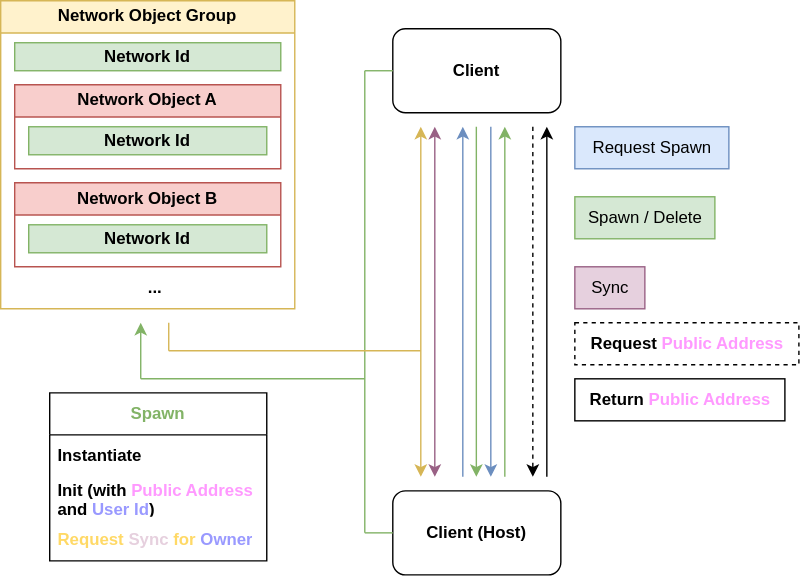
This is Media/graph.1.drawio.svg from TLabAltoh/Unity-SFU-Integration, a draw.io export, as it was before one commit. Source tidied: cells renumbered, new cells last; positions are measured from the earlier drawing's top-left corner, leaving out a move shared by most shapes.
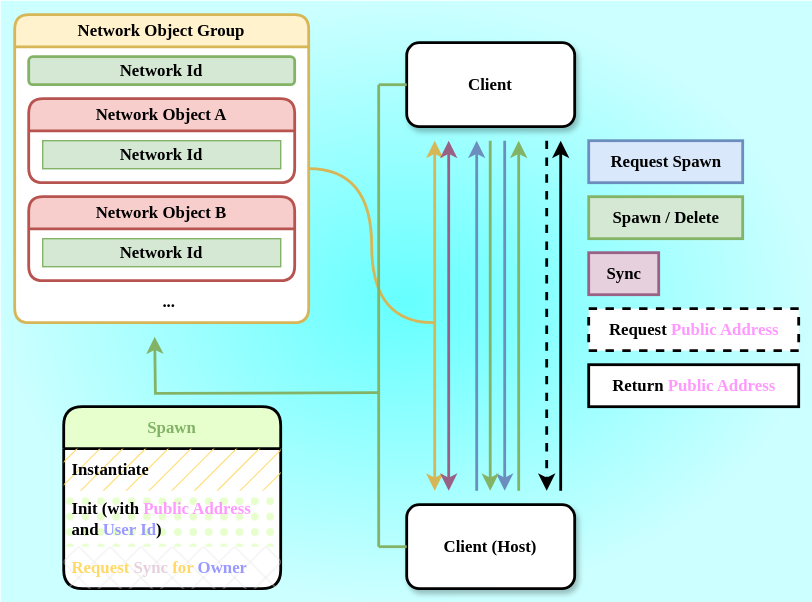
The same file after the commit.

What changed in the source:
```diff
@@ -2,147 +2,137 @@
   <root>
     <mxCell id="0" />
     <mxCell id="1" parent="0" />
+    <mxCell id="35" style="rounded=0;whiteSpace=wrap;html=1;strokeColor=none;fillColor=#66FFFF;gradientColor=#CCFFFF;gradientDirection=radial;" parent="1" vertex="1">
+      <mxGeometry x="-10" y="-10" width="580" height="430" as="geometry" />
+    </mxCell>
-    <mxCell id="2" value="Network Object Group" style="swimlane;whiteSpace=wrap;html=1;fillColor=#fff2cc;strokeColor=#d6b656;" parent="1" vertex="1">
+    <mxCell id="2" value="Network Object Group" style="swimlane;whiteSpace=wrap;html=1;fillColor=#fff2cc;strokeColor=#d6b656;strokeWidth=2;rounded=1;fontFamily=Comic Sans MS;swimlaneFillColor=default;" parent="1" vertex="1">
       <mxGeometry width="210" height="220" as="geometry" />
     </mxCell>
-    <mxCell id="3" value="Network Object A" style="swimlane;whiteSpace=wrap;html=1;fillColor=#f8cecc;strokeColor=#b85450;" parent="2" vertex="1">
+    <mxCell id="3" value="Network Object A" style="swimlane;whiteSpace=wrap;html=1;fillColor=#f8cecc;strokeColor=#b85450;rounded=1;strokeWidth=2;fontFamily=Comic Sans MS;" parent="2" vertex="1">
       <mxGeometry x="10" y="60" width="190" height="60" as="geometry" />
     </mxCell>
-    <mxCell id="4" value="&lt;b&gt;Network Id&lt;/b&gt;" style="rounded=0;whiteSpace=wrap;html=1;fillColor=#d5e8d4;strokeColor=#82b366;" parent="3" vertex="1">
+    <mxCell id="4" value="&lt;b&gt;Network Id&lt;/b&gt;" style="rounded=0;whiteSpace=wrap;html=1;fillColor=#d5e8d4;strokeColor=#82b366;fontFamily=Comic Sans MS;" parent="3" vertex="1">
       <mxGeometry x="10" y="30" width="170" height="20" as="geometry" />
     </mxCell>
-    <mxCell id="5" value="&lt;b&gt;Network Id&lt;/b&gt;" style="rounded=0;whiteSpace=wrap;html=1;fillColor=#d5e8d4;strokeColor=#82b366;" parent="2" vertex="1">
+    <mxCell id="5" value="&lt;b&gt;Network Id&lt;/b&gt;" style="rounded=1;whiteSpace=wrap;html=1;fillColor=#d5e8d4;strokeColor=#82b366;strokeWidth=2;fontFamily=Comic Sans MS;" parent="2" vertex="1">
       <mxGeometry x="10" y="30" width="190" height="20" as="geometry" />
     </mxCell>
-    <mxCell id="6" value="Network Object B" style="swimlane;whiteSpace=wrap;html=1;fillColor=#f8cecc;strokeColor=#b85450;" parent="2" vertex="1">
+    <mxCell id="6" value="Network Object B" style="swimlane;whiteSpace=wrap;html=1;fillColor=#f8cecc;strokeColor=#b85450;rounded=1;strokeWidth=2;fontFamily=Comic Sans MS;" parent="2" vertex="1">
       <mxGeometry x="10" y="130" width="190" height="60" as="geometry" />
     </mxCell>
-    <mxCell id="7" value="&lt;b&gt;Network Id&lt;/b&gt;" style="rounded=0;whiteSpace=wrap;html=1;fillColor=#d5e8d4;strokeColor=#82b366;" parent="6" vertex="1">
+    <mxCell id="7" value="&lt;b&gt;Network Id&lt;/b&gt;" style="rounded=0;whiteSpace=wrap;html=1;fillColor=#d5e8d4;strokeColor=#82b366;fontFamily=Comic Sans MS;" parent="6" vertex="1">
       <mxGeometry x="10" y="30" width="170" height="20" as="geometry" />
     </mxCell>
-    <mxCell id="8" value="&lt;b&gt;...&lt;/b&gt;" style="text;html=1;align=center;verticalAlign=middle;strokeColor=none;fillColor=none;" parent="2" vertex="1">
+    <mxCell id="8" value="&lt;span&gt;...&lt;/span&gt;" style="text;html=1;align=center;verticalAlign=middle;strokeColor=none;fillColor=none;strokeWidth=2;fontStyle=1;fontFamily=Comic Sans MS;" parent="2" vertex="1">
       <mxGeometry x="95" y="190" width="30" height="30" as="geometry" />
     </mxCell>
-    <mxCell id="9" value="&lt;b&gt;Client (Host)&lt;/b&gt;" style="rounded=1;whiteSpace=wrap;html=1;" parent="1" vertex="1">
+    <mxCell id="9" value="&lt;b&gt;Client (Host)&lt;/b&gt;" style="rounded=1;whiteSpace=wrap;html=1;fontFamily=Comic Sans MS;strokeWidth=2;shadow=1;" parent="1" vertex="1">
       <mxGeometry x="280" y="350" width="120" height="60" as="geometry" />
     </mxCell>
-    <mxCell id="10" value="&lt;b&gt;Client&lt;/b&gt;" style="rounded=1;whiteSpace=wrap;html=1;" parent="1" vertex="1">
+    <mxCell id="10" value="&lt;b&gt;Client&lt;/b&gt;" style="rounded=1;whiteSpace=wrap;html=1;strokeWidth=2;fontFamily=Comic Sans MS;shadow=1;" parent="1" vertex="1">
       <mxGeometry x="280" y="20" width="120" height="60" as="geometry" />
     </mxCell>
-    <mxCell id="11" style="endArrow=classic;html=1;rounded=0;fillColor=#dae8fc;strokeColor=#6c8ebf;" parent="1" edge="1">
+    <mxCell id="11" style="endArrow=classic;html=1;rounded=0;fillColor=#dae8fc;strokeColor=#6c8ebf;strokeWidth=2;" parent="1" edge="1">
       <mxGeometry relative="1" as="geometry">
         <mxPoint x="350" y="90" as="sourcePoint" />
         <mxPoint x="350" y="340" as="targetPoint" />
       </mxGeometry>
     </mxCell>
-    <mxCell id="12" value="Request Spawn" style="text;html=1;align=center;verticalAlign=middle;strokeColor=#6c8ebf;fillColor=#dae8fc;" parent="1" vertex="1">
+    <mxCell id="12" value="Request Spawn" style="text;html=1;align=center;verticalAlign=middle;strokeColor=#6c8ebf;fillColor=#dae8fc;strokeWidth=2;fontStyle=1;fontFamily=Comic Sans MS;" parent="1" vertex="1">
       <mxGeometry x="410" y="90" width="110" height="30" as="geometry" />
     </mxCell>
-    <mxCell id="13" style="endArrow=classic;html=1;rounded=0;fillColor=#d5e8d4;strokeColor=#82b366;" parent="1" edge="1">
+    <mxCell id="13" style="endArrow=classic;html=1;rounded=0;fillColor=#d5e8d4;strokeColor=#82b366;strokeWidth=2;" parent="1" edge="1">
       <mxGeometry relative="1" as="geometry">
         <mxPoint x="360" y="340" as="sourcePoint" />
         <mxPoint x="360" y="90" as="targetPoint" />
       </mxGeometry>
     </mxCell>
+    <mxCell id="26" style="endArrow=none;html=1;rounded=0;fillColor=#fff2cc;strokeColor=#d6b656;strokeWidth=2;edgeStyle=orthogonalEdgeStyle;curved=1;exitX=1;exitY=0.5;exitDx=0;exitDy=0;" parent="1" edge="1" source="2">
+      <mxGeometry relative="1" as="geometry">
+        <mxPoint x="300" y="220" as="targetPoint" />
+      </mxGeometry>
+    </mxCell>
-    <mxCell id="14" value="Spawn / Delete" style="text;html=1;align=center;verticalAlign=middle;strokeColor=#82B366;fillColor=#d5e8d4;" parent="1" vertex="1">
-      <mxGeometry x="410" y="140" width="100" height="30" as="geometry" />
+    <mxCell id="14" value="Spawn / Delete" style="text;html=1;align=center;verticalAlign=middle;strokeColor=#82B366;fillColor=#d5e8d4;strokeWidth=2;fontStyle=1;fontFamily=Comic Sans MS;" parent="1" vertex="1">
+      <mxGeometry x="410" y="130" width="110" height="30" as="geometry" />
     </mxCell>
-    <mxCell id="15" style="endArrow=classic;html=1;rounded=0;fillColor=#d5e8d4;strokeColor=#82b366;" parent="1" edge="1">
+    <mxCell id="15" style="endArrow=classic;html=1;rounded=0;fillColor=#d5e8d4;strokeColor=#82b366;strokeWidth=2;edgeStyle=orthogonalEdgeStyle;flowAnimation=0;" parent="1" edge="1">
       <mxGeometry relative="1" as="geometry">
-        <mxPoint x="100" y="270" as="sourcePoint" />
+        <mxPoint x="260" y="270" as="sourcePoint" />
         <mxPoint x="100" y="230" as="targetPoint" />
       </mxGeometry>
     </mxCell>
-    <mxCell id="16" style="endArrow=none;html=1;rounded=0;fillColor=#d5e8d4;strokeColor=#82b366;" parent="1" edge="1">
-      <mxGeometry relative="1" as="geometry">
-        <mxPoint x="100" y="270" as="sourcePoint" />
-        <mxPoint x="260" y="270" as="targetPoint" />
-      </mxGeometry>
-    </mxCell>
-    <mxCell id="17" style="endArrow=none;html=1;rounded=0;fillColor=#d5e8d4;strokeColor=#82b366;" parent="1" edge="1">
+    <mxCell id="17" style="endArrow=none;html=1;rounded=0;fillColor=#d5e8d4;strokeColor=#82b366;fontStyle=0;strokeWidth=2;" parent="1" edge="1">
       <mxGeometry relative="1" as="geometry">
         <mxPoint x="260" y="380" as="sourcePoint" />
         <mxPoint x="260" y="50" as="targetPoint" />
       </mxGeometry>
     </mxCell>
-    <mxCell id="18" style="endArrow=none;html=1;rounded=0;entryX=0;entryY=0.5;entryDx=0;entryDy=0;fillColor=#d5e8d4;strokeColor=#82b366;" parent="1" edge="1" target="10">
+    <mxCell id="18" style="endArrow=none;html=1;rounded=0;entryX=0;entryY=0.5;entryDx=0;entryDy=0;fillColor=#d5e8d4;strokeColor=#82b366;fontStyle=0;strokeWidth=2;" parent="1" edge="1" target="10">
       <mxGeometry relative="1" as="geometry">
         <mxPoint x="260" y="50" as="sourcePoint" />
       </mxGeometry>
     </mxCell>
-    <mxCell id="19" style="endArrow=none;html=1;rounded=0;entryX=0;entryY=0.5;entryDx=0;entryDy=0;fillColor=#d5e8d4;strokeColor=#82b366;" parent="1" edge="1" target="9">
+    <mxCell id="19" style="endArrow=none;html=1;rounded=0;entryX=0;entryY=0.5;entryDx=0;entryDy=0;fillColor=#d5e8d4;strokeColor=#82b366;fontStyle=0;strokeWidth=2;" parent="1" edge="1" target="9">
       <mxGeometry relative="1" as="geometry">
         <mxPoint x="260" y="380" as="sourcePoint" />
       </mxGeometry>
     </mxCell>
-    <mxCell id="20" style="endArrow=classic;html=1;rounded=0;fillColor=#dae8fc;strokeColor=#6c8ebf;" parent="1" edge="1">
+    <mxCell id="20" style="endArrow=classic;html=1;rounded=0;fillColor=#dae8fc;strokeColor=#6c8ebf;strokeWidth=2;" parent="1" edge="1">
       <mxGeometry relative="1" as="geometry">
         <mxPoint x="330" y="340" as="sourcePoint" />
         <mxPoint x="330" y="90" as="targetPoint" />
       </mxGeometry>
     </mxCell>
-    <mxCell id="21" style="endArrow=classic;html=1;rounded=0;fillColor=#d5e8d4;strokeColor=#82b366;" parent="1" edge="1">
+    <mxCell id="21" style="endArrow=classic;html=1;rounded=0;fillColor=#d5e8d4;strokeColor=#82b366;strokeWidth=2;" parent="1" edge="1">
       <mxGeometry relative="1" as="geometry">
         <mxPoint x="339.7" y="90" as="sourcePoint" />
         <mxPoint x="339.7" y="340" as="targetPoint" />
       </mxGeometry>
     </mxCell>
-    <mxCell id="22" value="&lt;b&gt;&lt;font color=&quot;#82b366&quot;&gt;Spawn&lt;/font&gt;&lt;/b&gt;" style="swimlane;fontStyle=0;horizontal=1;startSize=30;whiteSpace=wrap;html=1;" parent="1" vertex="1">
-      <mxGeometry x="35" y="280" width="155" height="120" as="geometry" />
+    <mxCell id="22" value="&lt;b&gt;&lt;font face=&quot;Comic Sans MS&quot; color=&quot;#82b366&quot;&gt;Spawn&lt;/font&gt;&lt;/b&gt;" style="swimlane;fontStyle=0;horizontal=1;startSize=30;whiteSpace=wrap;html=1;strokeWidth=2;rounded=1;swimlaneFillColor=default;fillColor=#E6FFCC;fillStyle=auto;" parent="1" vertex="1">
+      <mxGeometry x="35" y="280" width="155" height="130" as="geometry" />
     </mxCell>
-    <mxCell id="23" value="&lt;b&gt;Instantiate&lt;/b&gt;" style="text;strokeColor=none;fillColor=none;align=left;verticalAlign=middle;spacingLeft=4;spacingRight=4;overflow=hidden;whiteSpace=wrap;html=1;" parent="22" vertex="1">
+    <mxCell id="23" value="&lt;b&gt;&lt;font face=&quot;Comic Sans MS&quot;&gt;Instantiate&lt;/font&gt;&lt;/b&gt;" style="text;strokeColor=none;fillColor=#FFD966;align=left;verticalAlign=middle;spacingLeft=4;spacingRight=4;overflow=hidden;whiteSpace=wrap;html=1;gradientColor=none;fillStyle=hatch;" parent="22" vertex="1">
       <mxGeometry y="30" width="155" height="30" as="geometry" />
     </mxCell>
-    <mxCell id="24" value="&lt;b&gt;Init (with &lt;font color=&quot;#ff99ff&quot;&gt;Public Address&lt;/font&gt; and &lt;font color=&quot;#9999ff&quot;&gt;User Id&lt;/font&gt;)&lt;/b&gt;" style="text;strokeColor=none;fillColor=none;align=left;verticalAlign=middle;spacingLeft=4;spacingRight=4;overflow=hidden;whiteSpace=wrap;html=1;" parent="22" vertex="1">
-      <mxGeometry y="60" width="155" height="30" as="geometry" />
+    <mxCell id="24" value="&lt;b&gt;&lt;font face=&quot;Comic Sans MS&quot;&gt;Init (with &lt;font color=&quot;#ff99ff&quot;&gt;Public Address&lt;/font&gt; and &lt;font color=&quot;#9999ff&quot;&gt;User Id&lt;/font&gt;)&lt;/font&gt;&lt;/b&gt;" style="text;strokeColor=none;fillColor=#E6FFCC;align=left;verticalAlign=middle;spacingLeft=4;spacingRight=4;overflow=hidden;whiteSpace=wrap;html=1;fillStyle=dots;gradientColor=none;" parent="22" vertex="1">
+      <mxGeometry y="60" width="155" height="40" as="geometry" />
     </mxCell>
-    <mxCell id="25" value="&lt;b&gt;&lt;font color=&quot;#ffd966&quot;&gt;Request &lt;/font&gt;&lt;font color=&quot;#e6d0de&quot;&gt;Sync&lt;/font&gt;&lt;font color=&quot;#ffd966&quot;&gt; for &lt;/font&gt;&lt;font color=&quot;#9999ff&quot;&gt;Owner&lt;/font&gt;&lt;/b&gt;" style="text;strokeColor=none;fillColor=none;align=left;verticalAlign=middle;spacingLeft=4;spacingRight=4;overflow=hidden;whiteSpace=wrap;html=1;" parent="22" vertex="1">
-      <mxGeometry y="90" width="155" height="30" as="geometry" />
+    <mxCell id="25" value="&lt;b&gt;&lt;font face=&quot;Comic Sans MS&quot;&gt;&lt;font color=&quot;#ffd966&quot;&gt;Request &lt;/font&gt;&lt;font color=&quot;#e6d0de&quot;&gt;Sync&lt;/font&gt;&lt;font color=&quot;#ffd966&quot;&gt; for &lt;/font&gt;&lt;font color=&quot;#9999ff&quot;&gt;Owner&lt;/font&gt;&lt;/font&gt;&lt;/b&gt;" style="text;strokeColor=none;fillColor=#E6E6E6;align=left;verticalAlign=middle;spacingLeft=4;spacingRight=4;overflow=hidden;whiteSpace=wrap;html=1;fillStyle=cross-hatch;rounded=0;" parent="22" vertex="1">
+      <mxGeometry y="100" width="155" height="30" as="geometry" />
     </mxCell>
-    <mxCell id="26" style="endArrow=none;html=1;rounded=0;fillColor=#fff2cc;strokeColor=#d6b656;" parent="1" edge="1">
-      <mxGeometry relative="1" as="geometry">
-        <mxPoint x="120" y="230" as="sourcePoint" />
-        <mxPoint x="120" y="250" as="targetPoint" />
-      </mxGeometry>
-    </mxCell>
-    <mxCell id="27" style="endArrow=none;html=1;rounded=0;fillColor=#fff2cc;strokeColor=#d6b656;" parent="1" edge="1">
-      <mxGeometry relative="1" as="geometry">
-        <mxPoint x="120" y="250" as="sourcePoint" />
-        <mxPoint x="300" y="250" as="targetPoint" />
-      </mxGeometry>
-    </mxCell>
-    <mxCell id="28" style="endArrow=classic;startArrow=classic;html=1;rounded=0;fillColor=#fff2cc;strokeColor=#d6b656;" parent="1" edge="1">
+    <mxCell id="28" style="endArrow=classic;startArrow=classic;html=1;rounded=0;fillColor=#fff2cc;strokeColor=#d6b656;strokeWidth=2;" parent="1" edge="1">
       <mxGeometry relative="1" as="geometry">
         <mxPoint x="300" y="340" as="sourcePoint" />
         <mxPoint x="300" y="90" as="targetPoint" />
       </mxGeometry>
     </mxCell>
-    <mxCell id="29" style="endArrow=classic;startArrow=classic;html=1;rounded=0;fillColor=#e6d0de;strokeColor=#996185;gradientColor=#d5739d;" parent="1" edge="1">
+    <mxCell id="29" style="endArrow=classic;startArrow=classic;html=1;rounded=0;fillColor=#e6d0de;strokeColor=#996185;gradientColor=#d5739d;strokeWidth=2;" parent="1" edge="1">
       <mxGeometry relative="1" as="geometry">
         <mxPoint x="310" y="340" as="sourcePoint" />
         <mxPoint x="310" y="90" as="targetPoint" />
       </mxGeometry>
     </mxCell>
-    <mxCell id="30" value="Sync" style="text;html=1;align=center;verticalAlign=middle;strokeColor=#996185;fillColor=#E6D0DE;gradientColor=none;" parent="1" vertex="1">
-      <mxGeometry x="410" y="190" width="50" height="30" as="geometry" />
+    <mxCell id="30" value="Sync" style="text;html=1;align=center;verticalAlign=middle;strokeColor=#996185;fillColor=#E6D0DE;gradientColor=none;strokeWidth=2;fontStyle=1;fontFamily=Comic Sans MS;" parent="1" vertex="1">
+      <mxGeometry x="410" y="170" width="50" height="30" as="geometry" />
     </mxCell>
-    <mxCell id="31" style="endArrow=classic;html=1;rounded=0;fillColor=#dae8fc;strokeColor=#000000;dashed=1;" parent="1" edge="1">
+    <mxCell id="31" style="endArrow=classic;html=1;rounded=0;fillColor=#dae8fc;strokeColor=#000000;dashed=1;strokeWidth=2;" parent="1" edge="1">
       <mxGeometry relative="1" as="geometry">
         <mxPoint x="380" y="90" as="sourcePoint" />
         <mxPoint x="380" y="340" as="targetPoint" />
       </mxGeometry>
     </mxCell>
-    <mxCell id="32" style="endArrow=classic;html=1;rounded=0;fillColor=#cdeb8b;strokeColor=#000000;" parent="1" edge="1">
+    <mxCell id="32" style="endArrow=classic;html=1;rounded=0;fillColor=#cdeb8b;strokeColor=#000000;strokeWidth=2;" parent="1" edge="1">
       <mxGeometry relative="1" as="geometry">
         <mxPoint x="390" y="340" as="sourcePoint" />
         <mxPoint x="390" y="90" as="targetPoint" />
       </mxGeometry>
     </mxCell>
-    <mxCell id="33" value="&lt;b&gt;Request &lt;font color=&quot;#ff99ff&quot;&gt;Public Address&lt;/font&gt;&lt;/b&gt;" style="text;html=1;align=center;verticalAlign=middle;strokeColor=default;fillColor=none;dashed=1;" parent="1" vertex="1">
-      <mxGeometry x="410" y="230" width="160" height="30" as="geometry" />
+    <mxCell id="33" value="&lt;span&gt;Request &lt;font color=&quot;#ff99ff&quot;&gt;Public Address&lt;/font&gt;&lt;/span&gt;" style="text;html=1;align=center;verticalAlign=middle;strokeColor=default;fillColor=default;dashed=1;strokeWidth=2;fontStyle=1;fontFamily=Comic Sans MS;" parent="1" vertex="1">
+      <mxGeometry x="410" y="210" width="150" height="30" as="geometry" />
     </mxCell>
-    <mxCell id="34" value="&lt;b&gt;Return&amp;nbsp;&lt;font color=&quot;#ff99ff&quot;&gt;Public Address&lt;/font&gt;&lt;/b&gt;" style="text;html=1;align=center;verticalAlign=middle;strokeColor=default;fillColor=none;" parent="1" vertex="1">
-      <mxGeometry x="410" y="270" width="150" height="30" as="geometry" />
+    <mxCell id="34" value="&lt;span&gt;Return&amp;nbsp;&lt;font color=&quot;#ff99ff&quot;&gt;Public Address&lt;/font&gt;&lt;/span&gt;" style="text;html=1;align=center;verticalAlign=middle;strokeColor=default;fillColor=default;strokeWidth=2;fontStyle=1;fontFamily=Comic Sans MS;" parent="1" vertex="1">
+      <mxGeometry x="410" y="250" width="150" height="30" as="geometry" />
     </mxCell>
   </root>
 </mxGraphModel>
```
